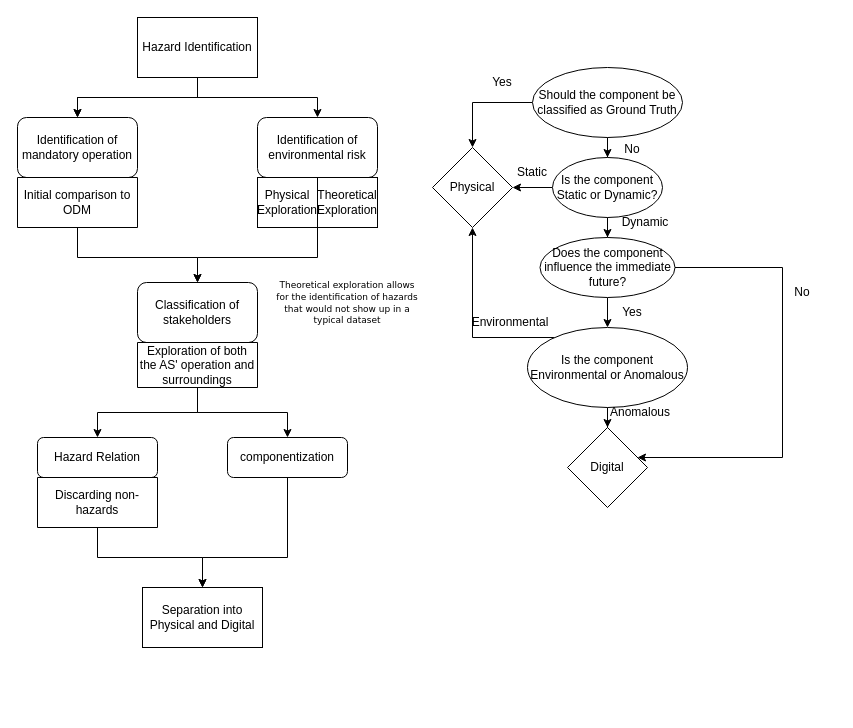
This is Step 2/Step-2.drawio from TortoiseFather/SACRED, a draw.io file, before an edit. Source tidied: cells renumbered, new cells numbered last; positions are measured from the earlier drawing's top-left corner, leaving out a move shared by most shapes. Both pictures are drawn from the tidied source at 100%, with x=0, y=0 at pixel (17, 17).
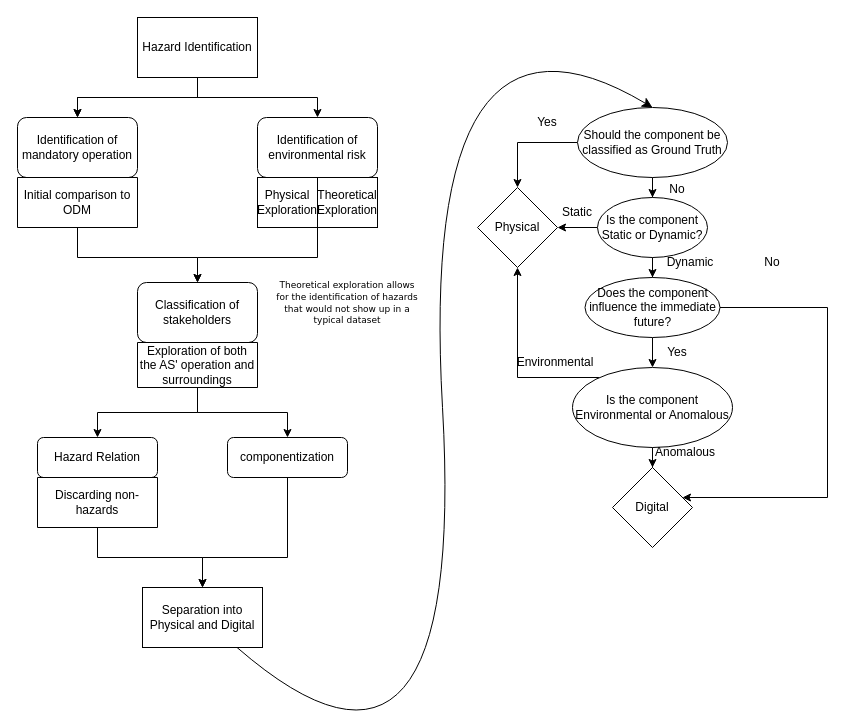
The same diagram, later.

The change refers to these unchanged cells:
```xml
<mxCell id="10" value="Separation into Physical and Digital" style="rounded=0;whiteSpace=wrap;html=1;" parent="1" vertex="1">
  <mxGeometry x="125" y="570" width="120" height="60" as="geometry" />
</mxCell>
```

Diff of the diagram source:
```diff
@@
+    <mxCell id="46" style="edgeStyle=none;curved=1;rounded=0;jettySize=auto;html=1;entryX=0.5;entryY=0;entryDx=0;entryDy=0;fontSize=12;startSize=8;endSize=8;" parent="1" edge="1" source="10" target="28">
+      <mxGeometry relative="1" as="geometry">
+        <Array as="points">
+          <mxPoint x="450" y="830" />
+          <mxPoint x="400" y="-50" />
+        </Array>
+      </mxGeometry>
+    </mxCell>
@@
     <mxCell id="11" value="Physical" style="rhombus;whiteSpace=wrap;html=1;rounded=0;" parent="1" vertex="1">
-      <mxGeometry x="415" y="130" width="80" height="80" as="geometry" />
+      <mxGeometry x="460" y="170" width="80" height="80" as="geometry" />
     </mxCell>
     <mxCell id="12" value="Digital" style="rhombus;whiteSpace=wrap;html=1;rounded=0;" parent="1" vertex="1">
-      <mxGeometry x="550" y="410" width="80" height="80" as="geometry" />
+      <mxGeometry x="595" y="450" width="80" height="80" as="geometry" />
     </mxCell>
@@
     <mxCell id="28" value="Should the component be classified as Ground Truth" style="ellipse;whiteSpace=wrap;html=1;" parent="1" vertex="1">
-      <mxGeometry x="515" y="50" width="150" height="70" as="geometry" />
+      <mxGeometry x="560" y="90" width="150" height="70" as="geometry" />
     </mxCell>
     <mxCell id="29" value="Yes" style="text;html=1;strokeColor=none;fillColor=none;align=center;verticalAlign=middle;whiteSpace=wrap;rounded=0;" parent="1" vertex="1">
-      <mxGeometry x="455" y="50" width="60" height="30" as="geometry" />
+      <mxGeometry x="500" y="90" width="60" height="30" as="geometry" />
     </mxCell>
@@
     <mxCell id="32" value="Is the component Static or Dynamic?" style="ellipse;whiteSpace=wrap;html=1;" parent="1" vertex="1">
-      <mxGeometry x="535" y="140" width="110" height="60" as="geometry" />
+      <mxGeometry x="580" y="180" width="110" height="60" as="geometry" />
     </mxCell>
     <mxCell id="33" value="Static" style="text;html=1;strokeColor=none;fillColor=none;align=center;verticalAlign=middle;whiteSpace=wrap;rounded=0;" parent="1" vertex="1">
-      <mxGeometry x="485" y="140" width="60" height="30" as="geometry" />
+      <mxGeometry x="530" y="180" width="60" height="30" as="geometry" />
     </mxCell>
     <mxCell id="34" value="No" style="text;html=1;strokeColor=none;fillColor=none;align=center;verticalAlign=middle;whiteSpace=wrap;rounded=0;" parent="1" vertex="1">
-      <mxGeometry x="585" y="117" width="60" height="30" as="geometry" />
+      <mxGeometry x="630" y="157" width="60" height="30" as="geometry" />
     </mxCell>
     <mxCell id="35" style="edgeStyle=orthogonalEdgeStyle;rounded=0;jettySize=auto;html=1;" parent="1" edge="1" source="37" target="12">
       <mxGeometry relative="1" as="geometry">
         <Array as="points">
-          <mxPoint x="765" y="250" />
-          <mxPoint x="765" y="440" />
+          <mxPoint x="810" y="290" />
+          <mxPoint x="810" y="480" />
         </Array>
       </mxGeometry>
     </mxCell>
@@
     <mxCell id="37" value="Does the component influence the immediate future?" style="ellipse;whiteSpace=wrap;html=1;" parent="1" vertex="1">
-      <mxGeometry x="522.5" y="220" width="135" height="60" as="geometry" />
+      <mxGeometry x="567.5" y="260" width="135" height="60" as="geometry" />
     </mxCell>
     <mxCell id="38" value="No" style="text;html=1;strokeColor=none;fillColor=none;align=center;verticalAlign=middle;whiteSpace=wrap;rounded=0;" parent="1" vertex="1">
-      <mxGeometry x="755" y="260" width="60" height="30" as="geometry" />
+      <mxGeometry x="725" y="230" width="60" height="30" as="geometry" />
     </mxCell>
@@
     <mxCell id="40" style="edgeStyle=orthogonalEdgeStyle;rounded=0;jettySize=auto;html=1;entryX=0.5;entryY=1;entryDx=0;entryDy=0;" parent="1" edge="1" source="41" target="11">
       <mxGeometry relative="1" as="geometry">
         <Array as="points">
-          <mxPoint x="455" y="320" />
+          <mxPoint x="500" y="360" />
         </Array>
       </mxGeometry>
     </mxCell>
     <mxCell id="41" value="Is the component Environmental or Anomalous" style="ellipse;whiteSpace=wrap;html=1;" parent="1" vertex="1">
-      <mxGeometry x="510" y="310" width="160" height="80" as="geometry" />
+      <mxGeometry x="555" y="350" width="160" height="80" as="geometry" />
     </mxCell>
     <mxCell id="42" value="Environmental" style="text;html=1;strokeColor=none;fillColor=none;align=center;verticalAlign=middle;whiteSpace=wrap;rounded=0;" parent="1" vertex="1">
-      <mxGeometry x="462.5" y="290" width="60" height="30" as="geometry" />
+      <mxGeometry x="507.5" y="330" width="60" height="30" as="geometry" />
     </mxCell>
     <mxCell id="43" value="Anomalous" style="text;html=1;strokeColor=none;fillColor=none;align=center;verticalAlign=middle;whiteSpace=wrap;rounded=0;" parent="1" vertex="1">
-      <mxGeometry x="593" y="380" width="60" height="30" as="geometry" />
+      <mxGeometry x="638" y="420" width="60" height="30" as="geometry" />
     </mxCell>
     <mxCell id="44" value="Yes" style="text;html=1;strokeColor=none;fillColor=none;align=center;verticalAlign=middle;whiteSpace=wrap;rounded=0;" parent="1" vertex="1">
-      <mxGeometry x="585" y="280" width="60" height="30" as="geometry" />
+      <mxGeometry x="630" y="320" width="60" height="30" as="geometry" />
     </mxCell>
     <mxCell id="45" value="Dynamic" style="text;html=1;strokeColor=none;fillColor=none;align=center;verticalAlign=middle;whiteSpace=wrap;rounded=0;" parent="1" vertex="1">
-      <mxGeometry x="597.5" y="190" width="60" height="30" as="geometry" />
+      <mxGeometry x="642.5" y="230" width="60" height="30" as="geometry" />
     </mxCell>
```
